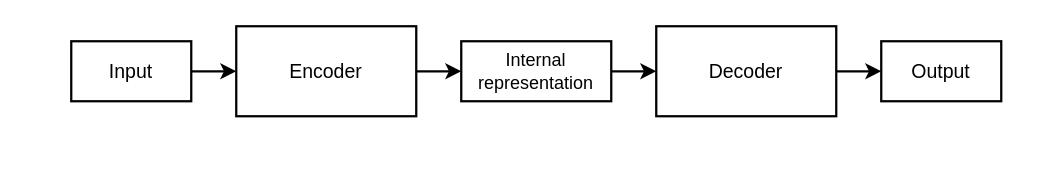
Earlier version of the draw.io diagram plots/encoder_decoder.drawio (visserle/two-hearts). Source tidied: cells renumbered, new cells numbered last; positions are measured from the earlier drawing's top-left corner, leaving out a move shared by most shapes. Both pictures are drawn from the tidied source at 150%, with x=0, y=0 at pixel (70, 26).
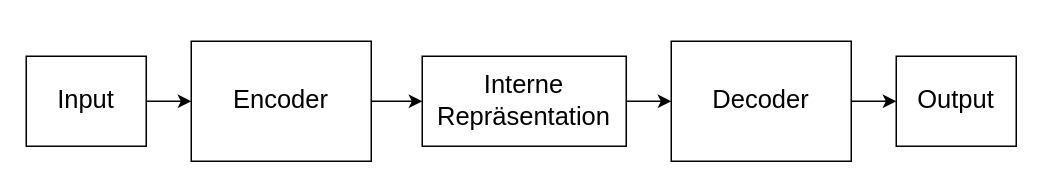
The same page after the edit.

Change to the diagram source:
```diff
@@
 <mxGraphModel>
   <root>
     <mxCell id="0" />
     <mxCell id="1" parent="0" />
-    <mxCell id="2" style="edgeStyle=orthogonalEdgeStyle;rounded=0;jettySize=auto;html=1;strokeColor=#000000;fontColor=#000000;strokeWidth=1.5;" parent="1" edge="1" source="3" target="5">
+    <mxCell id="2" style="edgeStyle=orthogonalEdgeStyle;rounded=0;jettySize=auto;html=1;strokeColor=#000000;fontColor=#000000;strokeWidth=1;fontSize=17;fontStyle=0;" parent="1" edge="1" source="3" target="5">
       <mxGeometry relative="1" as="geometry" />
     </mxCell>
-    <mxCell id="3" value="&lt;font style=&quot;font-size: 13px&quot;&gt;Input&lt;/font&gt;" style="text;html=1;strokeColor=#000000;fillColor=#FFFFFF;align=center;verticalAlign=middle;whiteSpace=wrap;rounded=0;fontColor=#000000;strokeWidth=1.5;" parent="1" vertex="1">
-      <mxGeometry y="10" width="80" height="40" as="geometry" />
+    <mxCell id="3" value="&lt;font style=&quot;font-size: 17px;&quot;&gt;Input&lt;/font&gt;" style="text;html=1;strokeColor=#000000;fillColor=#FFFFFF;align=center;verticalAlign=middle;whiteSpace=wrap;rounded=0;fontColor=#000000;strokeWidth=1;fontSize=17;fontStyle=0;" parent="1" vertex="1">
+      <mxGeometry x="-30" y="20" width="80" height="60" as="geometry" />
     </mxCell>
-    <mxCell id="4" style="edgeStyle=orthogonalEdgeStyle;rounded=0;jettySize=auto;html=1;strokeColor=#000000;fontColor=#000000;strokeWidth=1.5;" parent="1" edge="1" source="5" target="7">
+    <mxCell id="4" style="edgeStyle=orthogonalEdgeStyle;rounded=0;jettySize=auto;html=1;strokeColor=#000000;fontColor=#000000;strokeWidth=1;fontSize=17;fontStyle=0;" parent="1" edge="1" source="5" target="7">
       <mxGeometry relative="1" as="geometry" />
     </mxCell>
-    <mxCell id="5" value="&lt;font style=&quot;font-size: 13px&quot;&gt;Encoder&lt;/font&gt;" style="rounded=0;whiteSpace=wrap;html=1;strokeColor=#000000;fontColor=#000000;strokeWidth=1.5;" parent="1" vertex="1">
-      <mxGeometry x="110" width="120" height="60" as="geometry" />
+    <mxCell id="5" value="&lt;font style=&quot;font-size: 17px;&quot;&gt;Encoder&lt;/font&gt;" style="rounded=0;whiteSpace=wrap;html=1;strokeColor=#000000;fontColor=#000000;strokeWidth=1;fontSize=17;fontStyle=0;" parent="1" vertex="1">
+      <mxGeometry x="80" y="10" width="120" height="80" as="geometry" />
     </mxCell>
-    <mxCell id="6" style="edgeStyle=orthogonalEdgeStyle;rounded=0;jettySize=auto;html=1;strokeColor=#000000;fontColor=#000000;strokeWidth=1.5;" parent="1" edge="1" source="7" target="9">
+    <mxCell id="6" style="edgeStyle=orthogonalEdgeStyle;rounded=0;jettySize=auto;html=1;strokeColor=#000000;fontColor=#000000;strokeWidth=1;fontSize=17;fontStyle=0;exitX=1;exitY=0.5;exitDx=0;exitDy=0;" parent="1" edge="1" source="7" target="9">
       <mxGeometry relative="1" as="geometry" />
     </mxCell>
-    <mxCell id="7" value="Internal&lt;br&gt;representation" style="text;html=1;strokeColor=#000000;fillColor=#FFFFFF;align=center;verticalAlign=middle;whiteSpace=wrap;rounded=0;strokeWidth=1.5;fontColor=#000000;" parent="1" vertex="1">
-      <mxGeometry x="260" y="10" width="100" height="40" as="geometry" />
+    <mxCell id="7" value="&lt;div style=&quot;font-size: 17px;&quot;&gt;Interne&lt;/div&gt;&lt;div style=&quot;font-size: 17px;&quot;&gt;Repräsentation&lt;br style=&quot;font-size: 17px;&quot;&gt;&lt;/div&gt;" style="text;html=1;strokeColor=#000000;fillColor=#FFFFFF;align=center;verticalAlign=middle;whiteSpace=wrap;rounded=0;strokeWidth=1;fontColor=#000000;fontSize=17;fontStyle=0;" parent="1" vertex="1">
+      <mxGeometry x="234" y="20" width="136" height="60" as="geometry" />
     </mxCell>
-    <mxCell id="8" style="edgeStyle=orthogonalEdgeStyle;rounded=0;jettySize=auto;html=1;strokeColor=#000000;fontColor=#000000;strokeWidth=1.5;" parent="1" edge="1" source="9" target="10">
+    <mxCell id="8" style="edgeStyle=orthogonalEdgeStyle;rounded=0;jettySize=auto;html=1;strokeColor=#000000;fontColor=#000000;strokeWidth=1;fontSize=17;fontStyle=0;" parent="1" edge="1" source="9" target="10">
       <mxGeometry relative="1" as="geometry" />
     </mxCell>
-    <mxCell id="9" value="&lt;font style=&quot;font-size: 13px&quot;&gt;Decoder&lt;/font&gt;" style="rounded=0;whiteSpace=wrap;html=1;strokeColor=#000000;fontColor=#000000;strokeWidth=1.5;" parent="1" vertex="1">
-      <mxGeometry x="390" width="120" height="60" as="geometry" />
+    <mxCell id="9" value="&lt;font style=&quot;font-size: 17px;&quot;&gt;Decoder&lt;/font&gt;" style="rounded=0;whiteSpace=wrap;html=1;strokeColor=#000000;fontColor=#000000;strokeWidth=1;fontSize=17;fontStyle=0;" parent="1" vertex="1">
+      <mxGeometry x="400" y="10" width="120" height="80" as="geometry" />
     </mxCell>
-    <mxCell id="10" value="&lt;font style=&quot;font-size: 13px&quot;&gt;Output&lt;/font&gt;" style="text;html=1;strokeColor=#000000;fillColor=#FFFFFF;align=center;verticalAlign=middle;whiteSpace=wrap;rounded=0;fontColor=#000000;strokeWidth=1.5;" parent="1" vertex="1">
-      <mxGeometry x="540" y="10" width="80" height="40" as="geometry" />
+    <mxCell id="10" value="&lt;font style=&quot;font-size: 17px;&quot;&gt;Output&lt;/font&gt;" style="text;html=1;strokeColor=#000000;fillColor=#FFFFFF;align=center;verticalAlign=middle;whiteSpace=wrap;rounded=0;fontColor=#000000;strokeWidth=1;fontSize=17;fontStyle=0;" parent="1" vertex="1">
+      <mxGeometry x="550" y="20" width="80" height="60" as="geometry" />
     </mxCell>
   </root>
 </mxGraphModel>
```
